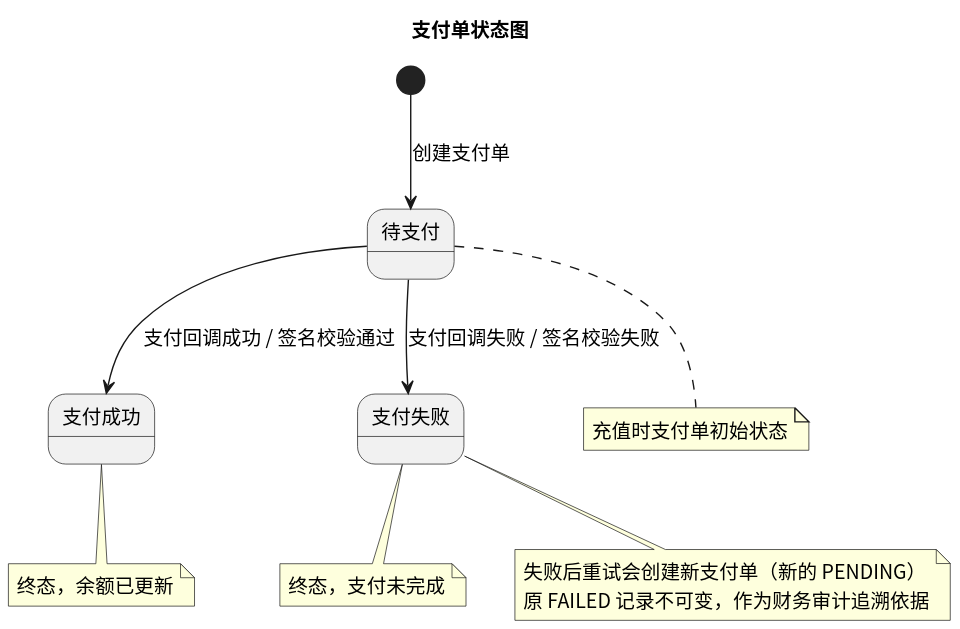
greenhandzdl/charging-station-doc keeps this PlantUML diagram as status/img/state_payment.svg. Above is the earlier version. Its diagram source:
```plantuml
@startuml
skinparam defaultFontName "Noto Sans CJK SC"
skinparam defaultFontSize 14
title 支付单状态图

state "待支付" as PENDING
state "支付成功" as SUCCESS
state "支付失败" as FAILED

[*] --> PENDING : 创建支付单
PENDING --> SUCCESS : 支付回调成功 / 签名校验通过
PENDING --> FAILED : 支付回调失败 / 签名校验失败

note bottom of PENDING : 充值时支付单初始状态
note bottom of SUCCESS : 终态，余额已更新
note bottom of FAILED : 终态，支付未完成
note bottom of FAILED : 失败后重试会创建新支付单（新的 PENDING）\n原 FAILED 记录不可变，作为财务审计追溯依据
@enduml
```
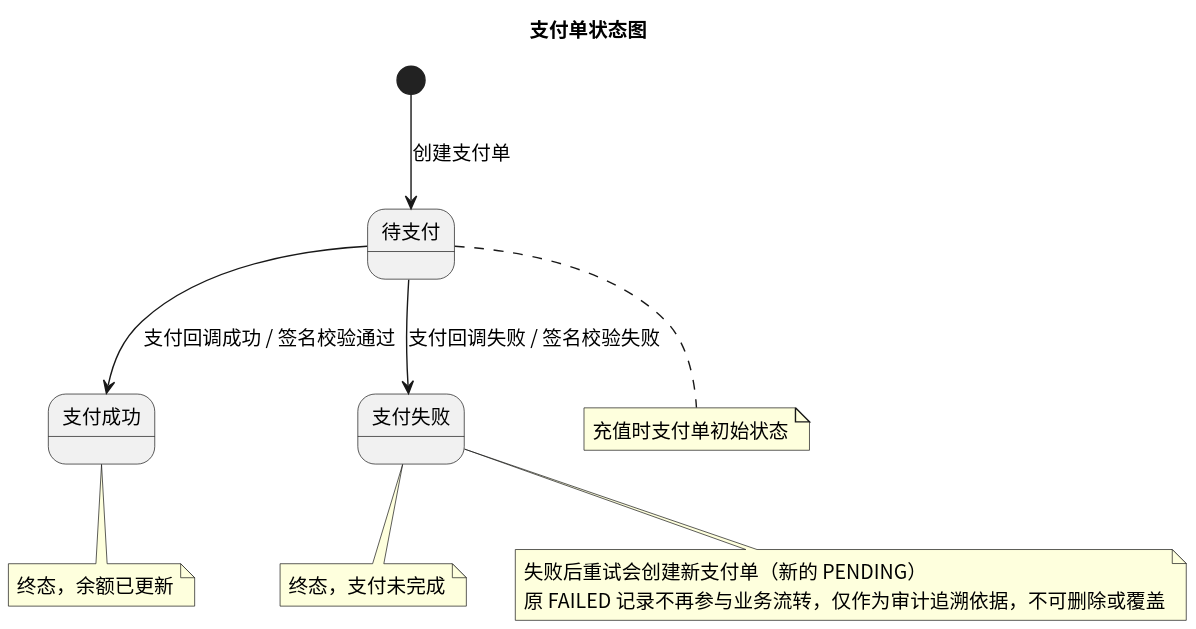
The same file after the commit.

Diff of the diagram source:
```diff
@@ -14,5 +14,5 @@
 note bottom of PENDING : 充值时支付单初始状态
 note bottom of SUCCESS : 终态，余额已更新
 note bottom of FAILED : 终态，支付未完成
-note bottom of FAILED : 失败后重试会创建新支付单（新的 PENDING）\n原 FAILED 记录不可变，作为财务审计追溯依据
+note bottom of FAILED : 失败后重试会创建新支付单（新的 PENDING）\n原 FAILED 记录不再参与业务流转，仅作为审计追溯依据，不可删除或覆盖
 @enduml
```
